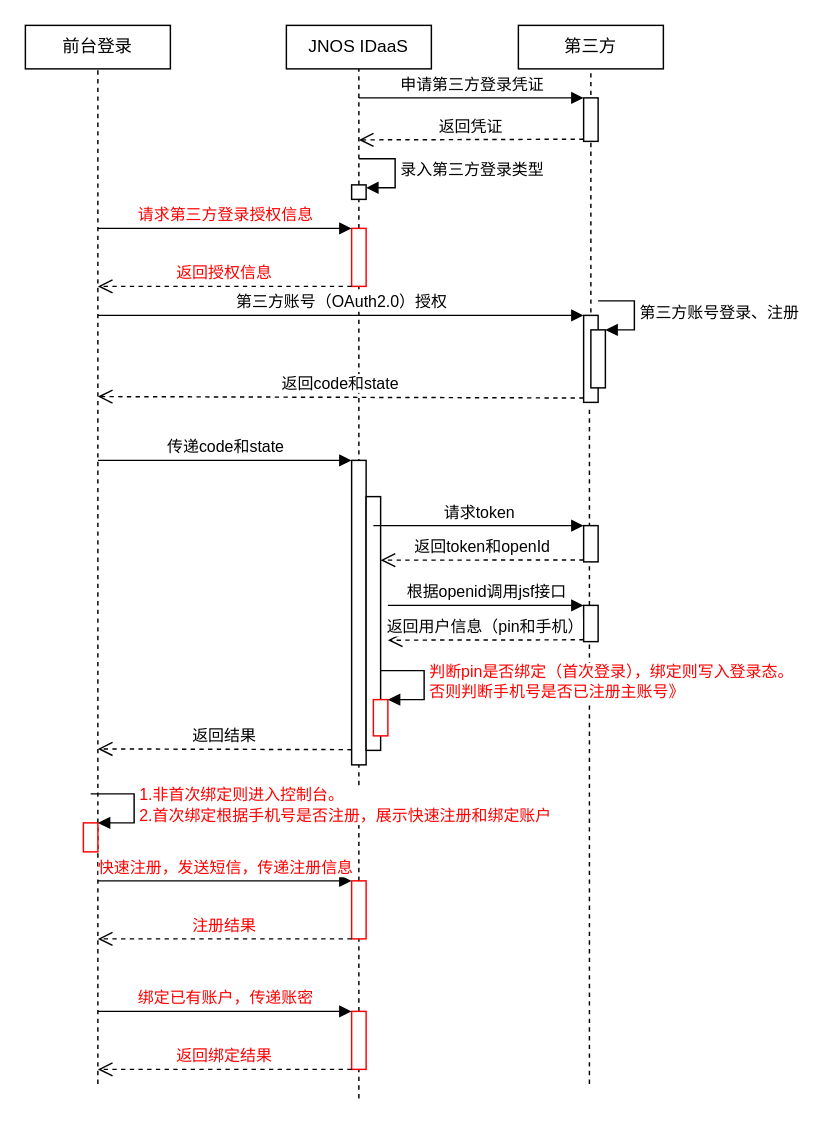
Earlier version of the draw.io diagram page "第三方登录流程" (6 of 10) of idaas.drawio (AjaxXu/Diagram). Source tidied: cells renumbered, new cells numbered last; positions are measured from the earlier drawing's top-left corner, leaving out a move shared by most shapes. Both pictures are drawn from the tidied source at 145%, with x=0, y=0 at pixel (25, 25).
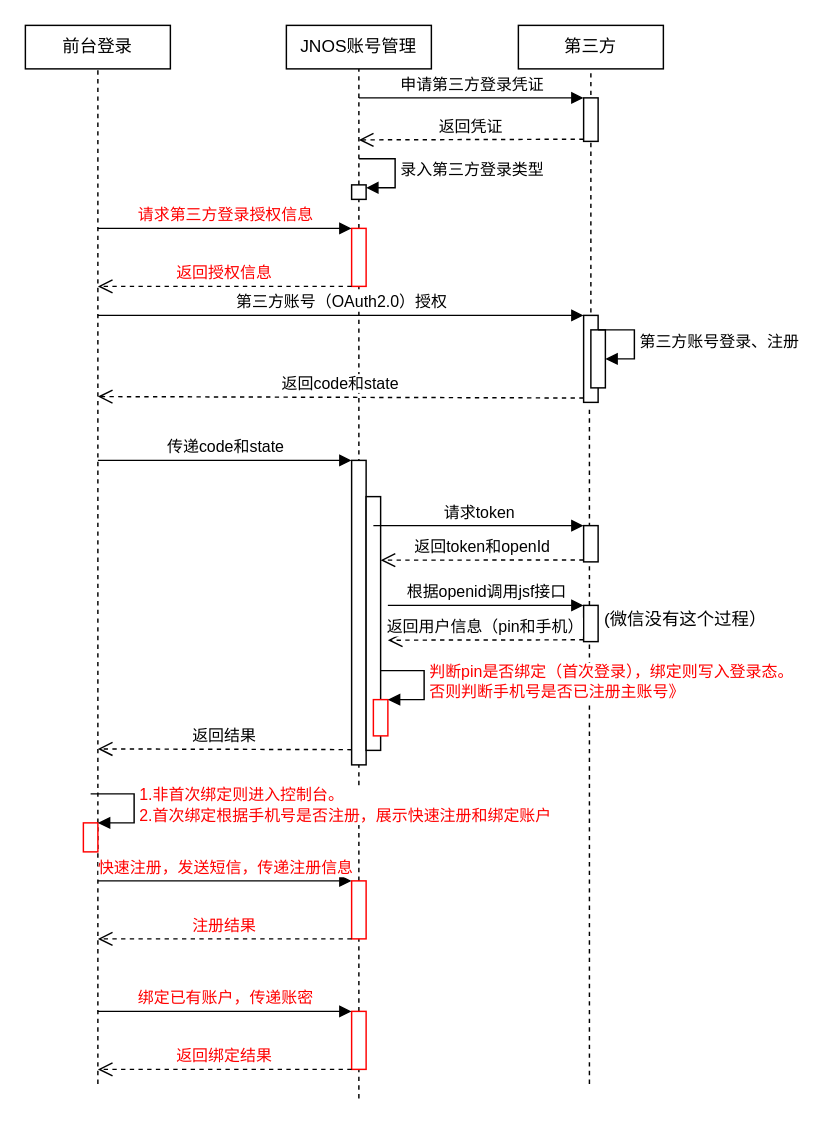
Above is the later version.

The change refers to these unchanged cells:
```xml
<mxCell id="17" style="html=1;points=[];perimeter=orthogonalPerimeter;" parent="1" vertex="1">
  <mxGeometry x="390" y="210" width="10" height="40" as="geometry" />
</mxCell>
```

What changed in the source:
```diff
@@
-    <mxCell id="4" value="JNOS IDaaS" style="rounded=0;whiteSpace=wrap;html=1;" parent="1" vertex="1">
+    <mxCell id="4" value="JNOS账号管理" style="rounded=0;whiteSpace=wrap;html=1;" parent="1" vertex="1">
       <mxGeometry x="180" width="100" height="30" as="geometry" />
     </mxCell>
@@
-    <mxCell id="18" value="第三方账号登录、注册" style="edgeStyle=orthogonalEdgeStyle;html=1;align=left;spacingLeft=2;endArrow=block;rounded=0;entryX=1;entryY=0;" parent="1" edge="1" target="17">
+    <mxCell id="18" value="第三方账号登录、注册" style="edgeStyle=orthogonalEdgeStyle;html=1;align=left;spacingLeft=2;endArrow=block;rounded=0;entryX=1;entryY=0;" parent="1" edge="1">
       <mxGeometry relative="1" as="geometry">
-        <mxPoint x="395" y="190" as="sourcePoint" />
+        <mxPoint x="395" y="210" as="sourcePoint" />
+        <mxPoint x="400" y="230" as="targetPoint" />
         <Array as="points">
-          <mxPoint x="420" y="190" />
+          <mxPoint x="420" y="210" />
+          <mxPoint x="420" y="230" />
         </Array>
       </mxGeometry>
     </mxCell>
@@
+    <mxCell id="42" value="(微信没有这个过程）" style="text;html=1;align=center;verticalAlign=middle;strokeColor=none;fillColor=none;" parent="1" vertex="1">
+      <mxGeometry x="390" y="400" width="130" height="20" as="geometry" />
+    </mxCell>
```
